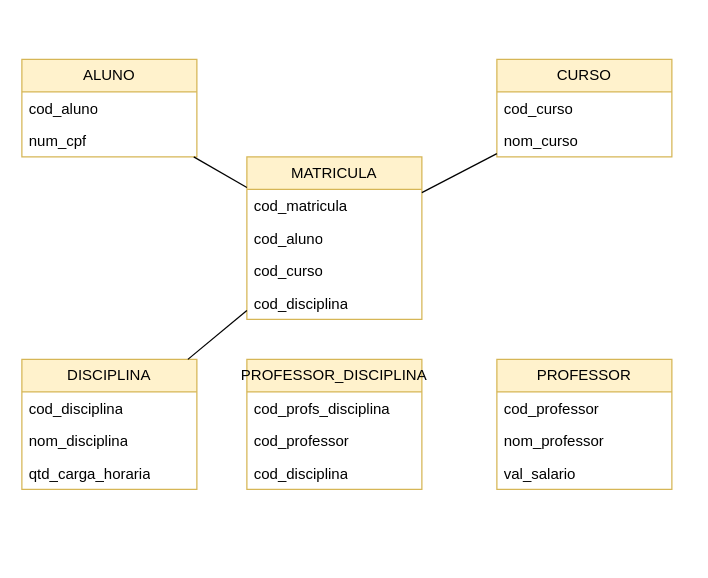
This is BD_A1.drawio.xml from NicolasKevin2/BD, a draw.io file, before an edit. Source tidied: cells renumbered, new cells numbered last; positions are measured from the earlier drawing's top-left corner, leaving out a move shared by most shapes. Both pictures are drawn from the tidied source at 125%, with x=0, y=0 at pixel (21, 59).
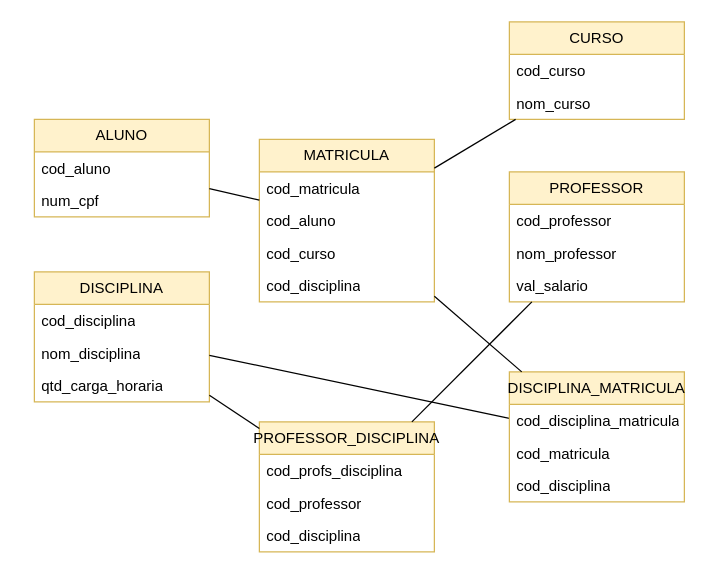
Above is the later version.

The edit, as a diff of the source:
```diff
@@
     <mxCell id="2" value="CURSO" style="swimlane;fontStyle=0;horizontal=1;startSize=26;fillColor=#fff2cc;whiteSpace=wrap;html=1;strokeColor=#d6b656;" parent="1" vertex="1">
-      <mxGeometry x="380" width="140" height="78" as="geometry" />
+      <mxGeometry x="390" y="-30" width="140" height="78" as="geometry" />
     </mxCell>
@@
     <mxCell id="5" value="ALUNO" style="swimlane;fontStyle=0;horizontal=1;startSize=26;fillColor=#fff2cc;whiteSpace=wrap;html=1;strokeColor=#d6b656;" parent="1" vertex="1">
-      <mxGeometry width="140" height="78" as="geometry" />
+      <mxGeometry x="10" y="48" width="140" height="78" as="geometry" />
     </mxCell>
@@
     <mxCell id="8" value="DISCIPLINA" style="swimlane;fontStyle=0;horizontal=1;startSize=26;fillColor=#fff2cc;whiteSpace=wrap;html=1;strokeColor=#d6b656;" parent="1" vertex="1">
-      <mxGeometry y="240" width="140" height="104" as="geometry" />
+      <mxGeometry x="10" y="170" width="140" height="104" as="geometry" />
     </mxCell>
@@
     <mxCell id="12" value="PROFESSOR" style="swimlane;fontStyle=0;horizontal=1;startSize=26;fillColor=#fff2cc;whiteSpace=wrap;html=1;strokeColor=#d6b656;" parent="1" vertex="1">
-      <mxGeometry x="380" y="240" width="140" height="104" as="geometry" />
+      <mxGeometry x="390" y="90" width="140" height="104" as="geometry" />
     </mxCell>
@@
     <mxCell id="16" value="MATRICULA" style="swimlane;fontStyle=0;horizontal=1;startSize=26;fillColor=#fff2cc;whiteSpace=wrap;html=1;strokeColor=#d6b656;" parent="1" vertex="1">
-      <mxGeometry x="180" y="78" width="140" height="130" as="geometry" />
+      <mxGeometry x="190" y="64" width="140" height="130" as="geometry" />
     </mxCell>
@@
-    <mxCell id="22" style="endArrow=none;html=1;rounded=0;" parent="1" edge="1" source="8" target="16">
+    <mxCell id="22" style="endArrow=none;html=1;rounded=0;" parent="1" edge="1" source="8" target="28">
       <mxGeometry relative="1" as="geometry" />
     </mxCell>
     <mxCell id="23" value="PROFESSOR_DISCIPLINA" style="swimlane;fontStyle=0;horizontal=1;startSize=26;fillColor=#fff2cc;whiteSpace=wrap;html=1;strokeColor=#d6b656;" parent="1" vertex="1">
-      <mxGeometry x="180" y="240" width="140" height="104" as="geometry" />
+      <mxGeometry x="190" y="290" width="140" height="104" as="geometry" />
     </mxCell>
@@
+    <mxCell id="28" value="DISCIPLINA_MATRICULA" style="swimlane;fontStyle=0;horizontal=1;startSize=26;fillColor=#fff2cc;whiteSpace=wrap;html=1;strokeColor=#d6b656;" parent="1" vertex="1">
+      <mxGeometry x="390" y="250" width="140" height="104" as="geometry" />
+    </mxCell>
+    <mxCell id="29" value="cod_disciplina_matricula" style="text;strokeColor=none;fillColor=none;align=left;verticalAlign=top;spacingLeft=4;spacingRight=4;overflow=hidden;whiteSpace=wrap;html=1;" parent="28" vertex="1">
+      <mxGeometry y="26" width="140" height="26" as="geometry" />
+    </mxCell>
+    <mxCell id="30" value="cod_matricula" style="text;strokeColor=none;fillColor=none;align=left;verticalAlign=top;spacingLeft=4;spacingRight=4;overflow=hidden;whiteSpace=wrap;html=1;" parent="28" vertex="1">
+      <mxGeometry y="52" width="140" height="26" as="geometry" />
+    </mxCell>
+    <mxCell id="31" value="cod_disciplina" style="text;strokeColor=none;fillColor=none;align=left;verticalAlign=top;spacingLeft=4;spacingRight=4;overflow=hidden;whiteSpace=wrap;html=1;" parent="28" vertex="1">
+      <mxGeometry y="78" width="140" height="26" as="geometry" />
+    </mxCell>
+    <mxCell id="32" style="endArrow=none;html=1;rounded=0;" parent="1" edge="1" source="8" target="23">
+      <mxGeometry relative="1" as="geometry" />
+    </mxCell>
+    <mxCell id="33" style="endArrow=none;html=1;rounded=0;" parent="1" edge="1" source="23" target="12">
+      <mxGeometry relative="1" as="geometry" />
+    </mxCell>
+    <mxCell id="34" style="endArrow=none;html=1;rounded=0;" parent="1" edge="1" source="28" target="16">
+      <mxGeometry relative="1" as="geometry" />
+    </mxCell>
```
